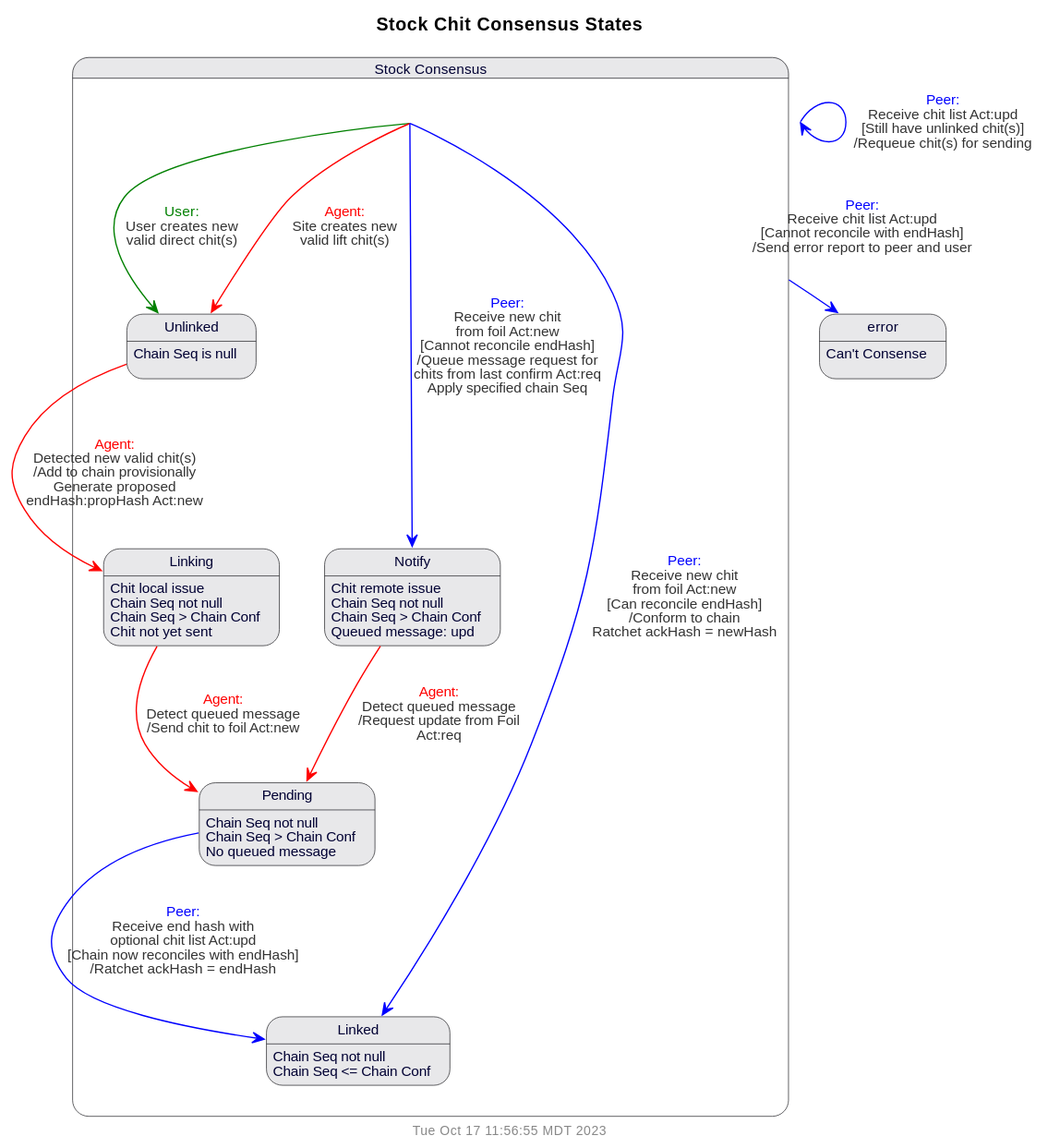
The PlantUML diagram doc/uml/state-cons.svg in gotchoices/MyCHIPs, before a commit. Source of this version:
```plantuml
@startuml
!include common.puml

$title(Stock Chit Consensus States)
state stock {
  state "Unlinked" as unlinked
  state "Linking" as linking
  state "Pending" as pending
  state "Notify" as notify
  state "Linked" as linked
}
state "Stock Consensus" as stock

error: Can't Consense
unlinked: Chain Seq is null
linking: Chit local issue
linking: Chain Seq not null
linking: Chain Seq > Chain Conf
linking: Chit not yet sent
notify: Chit remote issue
notify: Chain Seq not null
notify: Chain Seq > Chain Conf
notify: Queued message: upd
pending: Chain Seq not null
pending: Chain Seq > Chain Conf
pending: No queued message
linked: Chain Seq not null
linked: Chain Seq <= Chain Conf

stock -[$user]-> unlinked: $trans($user, User creates new\nvalid direct chit(s),'')
stock -[$db]-> unlinked: $trans($db, Site creates new\nvalid lift chit(s),'')
stock -[$peer]-> linked: $trans($peer,Receive new chit\nfrom foil Act:new,'Can reconcile endHash', 'Conform to chain\nRatchet ackHash = newHash')
stock -[$peer]-> notify: $trans($peer,Receive new chit\nfrom foil Act:new,'Cannot reconcile endHash','Queue message request for\nchits from last confirm Act:req\nApply specified chain Seq')

unlinked -[$db]-> linking: $trans($db,Detected new valid chit(s),'','Add to chain provisionally\nGenerate proposed\nendHash:propHash Act:new')
linking -[$db]-> pending: $trans($db,Detect queued message,'','Send chit to foil Act:new')

notify -[$db]-> pending: $trans($db,Detect queued message,'','Request update from Foil\nAct:req')
pending -[$peer]-> linked: $trans($peer,Receive end hash with\noptional chit list Act:upd,'Chain now reconciles with endHash', 'Ratchet ackHash = endHash')

stock -[$peer]-> error: $trans($peer,Receive chit list Act:upd,'Cannot reconcile with endHash', 'Send error report to peer and user')
stock -[$peer]-> stock: $trans($peer,Receive chit list Act:upd,'Still have unlinked chit(s)', 'Requeue chit(s) for sending')
@enduml
```
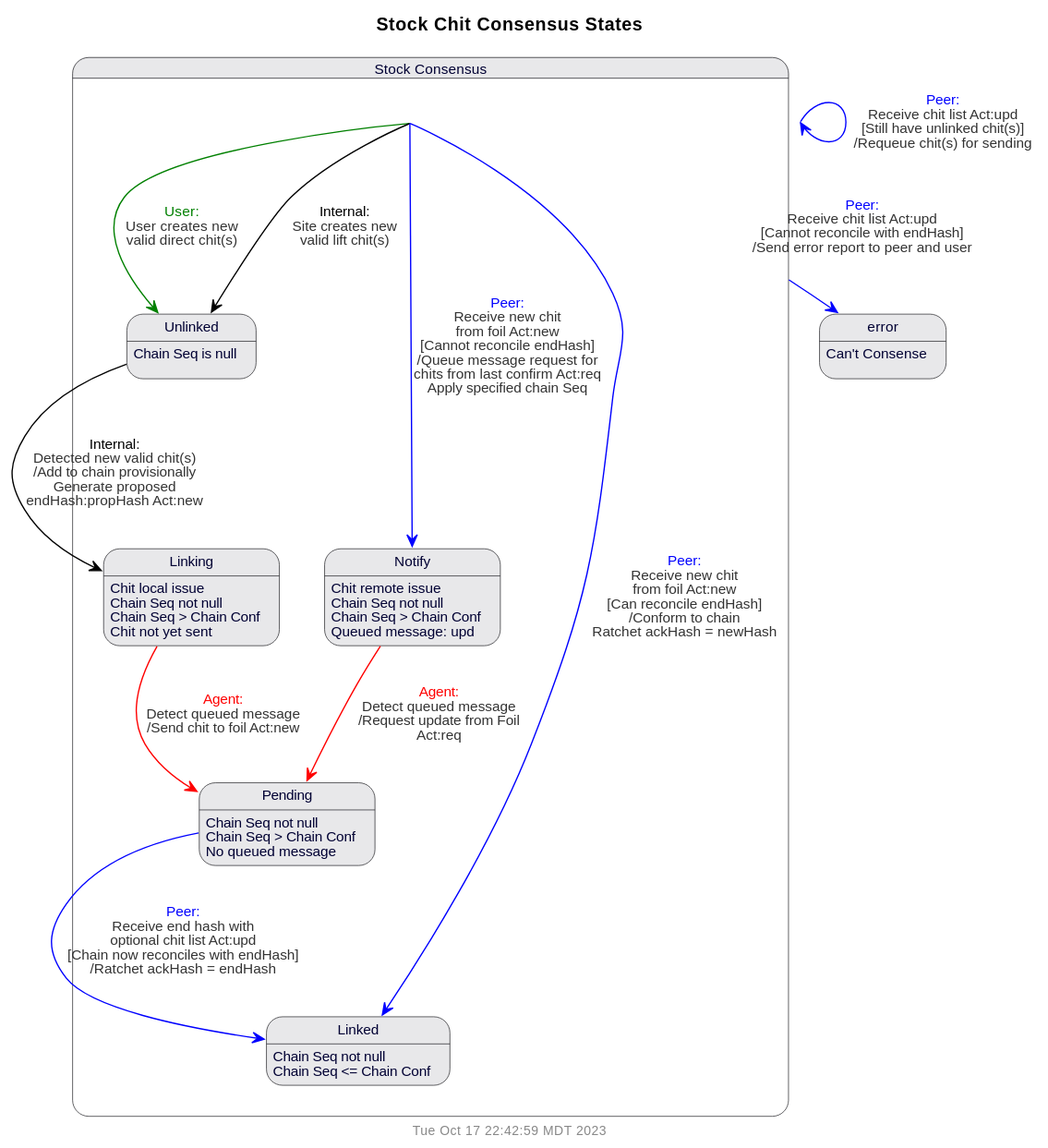
The same file after the commit.

Commit message:
Clean up state diagrams

The edit, as a diff of the source:
```diff
@@ -28,11 +28,11 @@
 linked: Chain Seq <= Chain Conf
 
 stock -[$user]-> unlinked: $trans($user, User creates new\nvalid direct chit(s),'')
-stock -[$db]-> unlinked: $trans($db, Site creates new\nvalid lift chit(s),'')
+stock --> unlinked: $trans(Internal, Site creates new\nvalid lift chit(s),'')
 stock -[$peer]-> linked: $trans($peer,Receive new chit\nfrom foil Act:new,'Can reconcile endHash', 'Conform to chain\nRatchet ackHash = newHash')
 stock -[$peer]-> notify: $trans($peer,Receive new chit\nfrom foil Act:new,'Cannot reconcile endHash','Queue message request for\nchits from last confirm Act:req\nApply specified chain Seq')
 
-unlinked -[$db]-> linking: $trans($db,Detected new valid chit(s),'','Add to chain provisionally\nGenerate proposed\nendHash:propHash Act:new')
+unlinked --> linking: $trans(Internal,Detected new valid chit(s),'','Add to chain provisionally\nGenerate proposed\nendHash:propHash Act:new')
 linking -[$db]-> pending: $trans($db,Detect queued message,'','Send chit to foil Act:new')
 
 notify -[$db]-> pending: $trans($db,Detect queued message,'','Request update from Foil\nAct:req')
```
